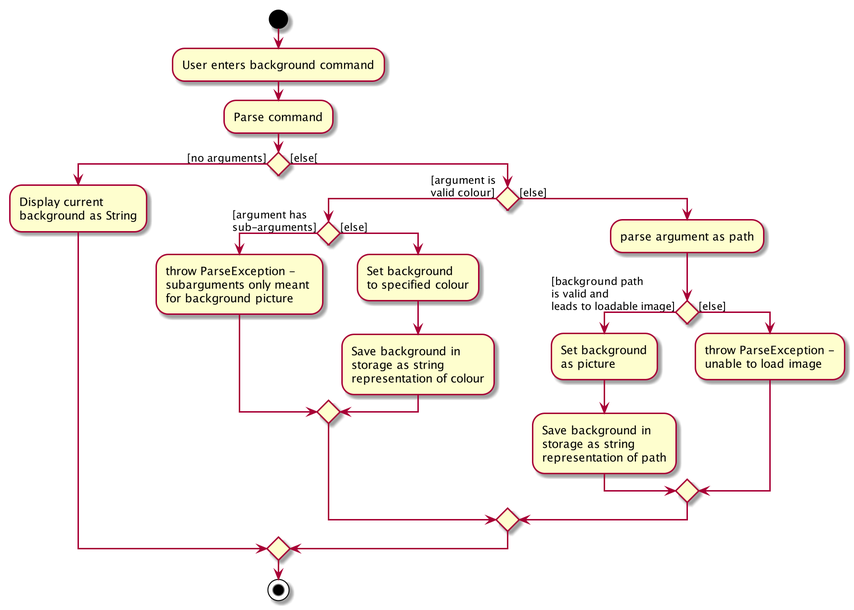
This is docs/images/BackgroundActivityDiagram.png from nus-cs2103-AY1920S1/addressbook-level3, a PlantUML export, as it was before one commit. The source it was exported from:
```plantuml
@startuml
start
:User enters background command;

:Parse command;

if () then ([no arguments])
    :Display current\nbackground as String;
else ([else[)
    if () then ([argument is\nvalid colour])
        if () then ([argument has\nsub-arguments])
            :throw ParseException -\nsubarguments only meant \nfor background picture;
        else ([else])
            :Set background\nto specified colour;
            :Save background in\nstorage as string\nrepresentation of colour;
        endif
    else ([else])
        :parse argument as path;
        if () then ([background path\nis valid and\nleads to loadable image])
            :Set background\nas picture;
            :Save background in\nstorage as string\nrepresentation of path;
        else ([else])
            :throw ParseException -\nunable to load image;
        endif
    endif
endif

stop
@enduml
```
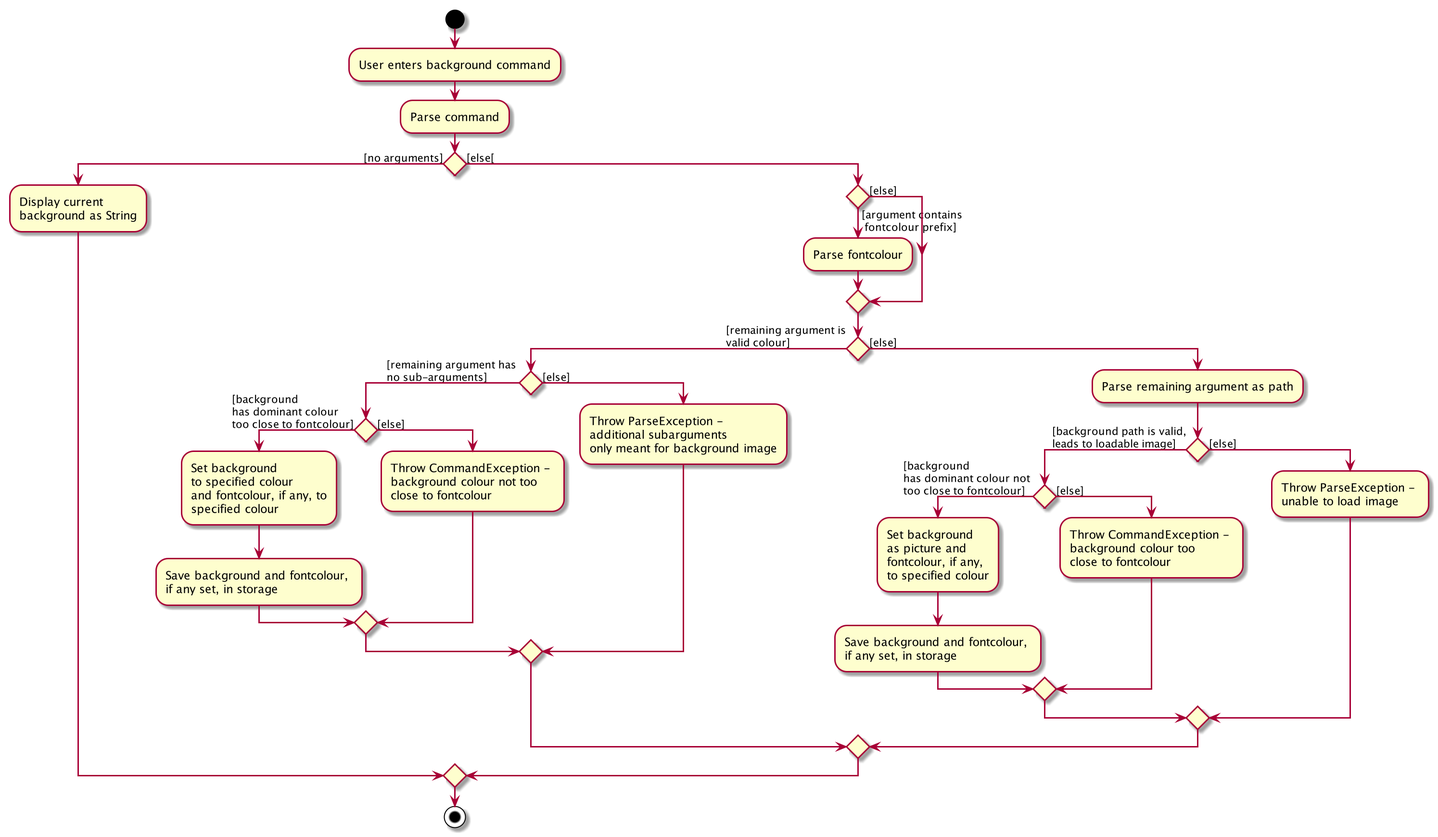
The same diagram one commit later.

What changed in the source:
```diff
@@ -7,20 +7,33 @@
 if () then ([no arguments])
     :Display current\nbackground as String;
 else ([else[)
-    if () then ([argument is\nvalid colour])
-        if () then ([argument has\nsub-arguments])
-            :throw ParseException -\nsubarguments only meant \nfor background picture;
+    if () then ([argument contains\n fontcolour prefix])
+        :Parse fontcolour;
         else ([else])
-            :Set background\nto specified colour;
-            :Save background in\nstorage as string\nrepresentation of colour;
+        endif
+
+    if () then ([remaining argument is\nvalid colour])
+        if () then ([remaining argument has \nno sub-arguments])
+            if () then ([background \nhas dominant colour \ntoo close to fontcolour])
+                :Set background\nto specified colour\nand fontcolour, if any, to\nspecified colour;
+                :Save background and fontcolour, \nif any set, in storage;
+            else ([else])
+                :Throw CommandException - \nbackground colour not too \nclose to fontcolour;
+            endif
+        else ([else])
+            :Throw ParseException - \nadditional subarguments \nonly meant for background image;
         endif
     else ([else])
-        :parse argument as path;
-        if () then ([background path\nis valid and\nleads to loadable image])
-            :Set background\nas picture;
-            :Save background in\nstorage as string\nrepresentation of path;
+        :Parse remaining argument as path;
+        if () then ([background path is valid,\nleads to loadable image])
+            if () then ([background \nhas dominant colour not \ntoo close to fontcolour])
+                :Set background\nas picture and \nfontcolour, if any, \nto specified colour;
+                :Save background and fontcolour, \nif any set, in storage;
+            else ([else])
+                :Throw CommandException - \nbackground colour too \nclose to fontcolour;
+            endif
         else ([else])
-            :throw ParseException -\nunable to load image;
+            :Throw ParseException - \nunable to load image;
         endif
     endif
 endif
```
